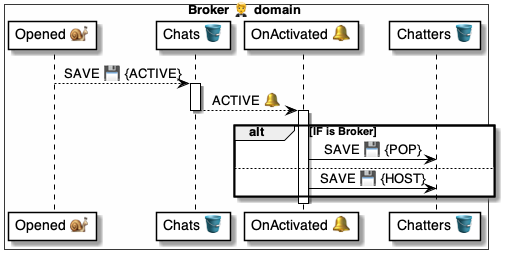
Before: 4 ⚙️ Solution/20 🧑‍🦰 UI/Brokers 🤵/🤵🪣 Broker tables/Chats 💬 table/🪣🧱 16 Activated 🔔 event/🤵 OnChatActivated ⚙️ uml.png, a diagram exported from PlantUML (pollyweb-org/pollyweb-docs). Its source is kept beside it as 4 ⚙️ Solution/20 🧑‍🦰 UI/Brokers 🤵/🤵🪣 Broker tables/Chats 💬 table/🪣🧱 16 Activated 🔔 event/🤵 OnChatActivated ⚙️ uml.puml. Its diagram source:
```plantuml
@startuml OnChatActivated


box Broker 🤵 domain #FFFFFA
    participant "Opened 🐌" as opened
    participant "Chats 🪣" as chats
    participant "OnActivated 🔔" as handler
    participant "Chatters 🪣" as chatters
end box

opened -->  chats: SAVE 💾 {ACTIVE}

activate chats
    chats --> handler: ACTIVE 🔔
deactivate chats

activate handler
    alt IF is Broker
        handler -> chatters: SAVE 💾 {POP}
    else
        handler -> chatters: SAVE 💾 {HOST}
    end alt
deactivate handler


@enduml
```
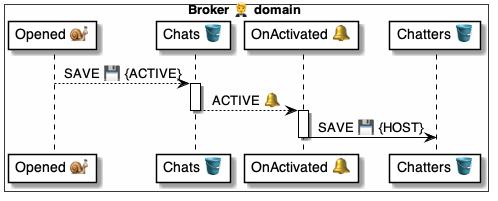
Above is the later version.

Change to the diagram source:
```diff
@@ -15,11 +15,7 @@
 deactivate chats
 
 activate handler
-    alt IF is Broker
-        handler -> chatters: SAVE 💾 {POP}
-    else
-        handler -> chatters: SAVE 💾 {HOST}
-    end alt
+    handler -> chatters: SAVE 💾 {HOST}
 deactivate handler
 
 
```
